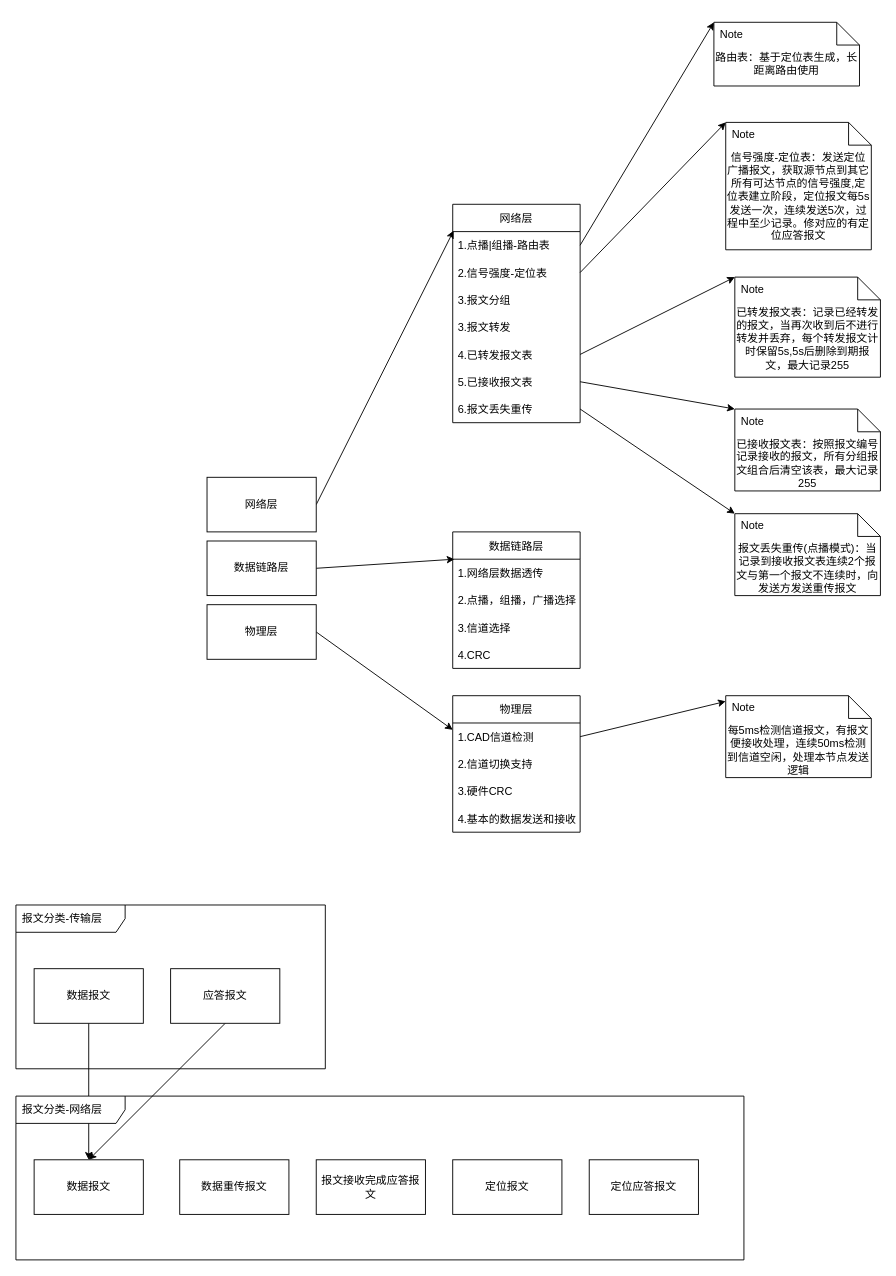
The draw.io diagram page "通信协议架构" (1 of 5) of Design/design.drawio in HZC-AND/LORA_WLAN, before the edit. Source tidied: cells renumbered, new cells numbered last; positions are measured from the earlier drawing's top-left corner, leaving out a move shared by most shapes. Both pictures are drawn from the tidied source at 91%, with x=0, y=0 at pixel (15, 22).
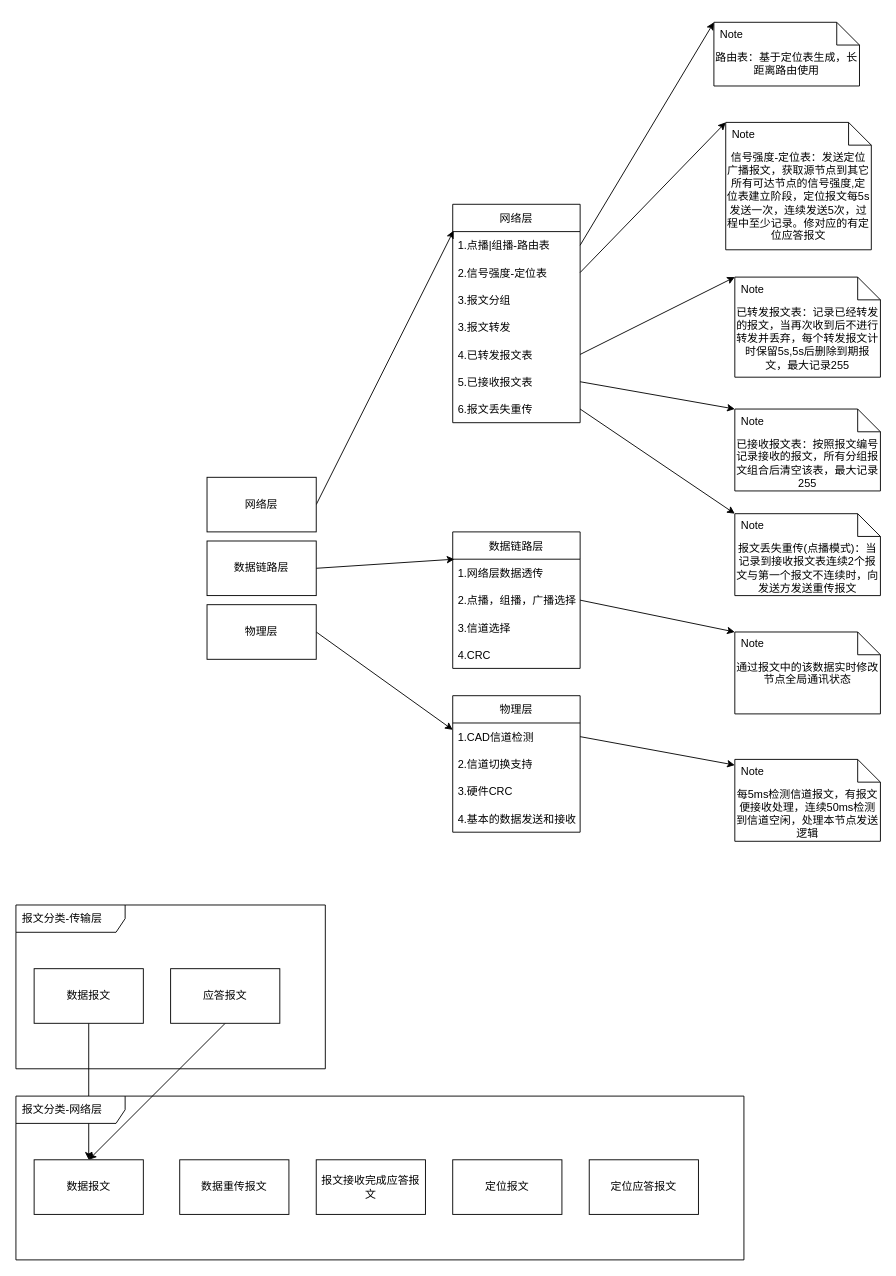
The same page after the edit.

Unchanged cells that the change refers to:
```xml
<mxCell id="15" value="2.点播，组播，广播选择" style="text;strokeColor=none;fillColor=none;align=left;verticalAlign=middle;spacingLeft=4;spacingRight=4;overflow=hidden;points=[[0,0.5],[1,0.5]];portConstraint=eastwest;" parent="13" vertex="1">
  <mxGeometry y="60" width="140" height="30" as="geometry" />
</mxCell>
```

The edit, as a diff of the source:
```diff
@@
     <mxCell id="52" value="每5ms检测信道报文，有报文便接收处理，连续50ms检测到信道空闲，处理本节点发送逻辑" style="shape=note2;boundedLbl=1;whiteSpace=wrap;html=1;size=25;verticalAlign=top;align=center;" parent="1" vertex="1">
-      <mxGeometry x="780" y="740" width="160" height="90" as="geometry" />
+      <mxGeometry x="790" y="810" width="160" height="90" as="geometry" />
     </mxCell>
@@
+    <mxCell id="55" value="通过报文中的该数据实时修改节点全局通讯状态" style="shape=note2;boundedLbl=1;whiteSpace=wrap;html=1;size=25;verticalAlign=top;align=center;" parent="1" vertex="1">
+      <mxGeometry x="790" y="670" width="160" height="90" as="geometry" />
+    </mxCell>
+    <mxCell id="56" value="Note" style="strokeColor=none;fillColor=none;align=left;spacingLeft=5;" parent="55" vertex="1">
+      <mxGeometry width="160" height="25" relative="1" as="geometry" />
+    </mxCell>
+    <mxCell id="57" style="edgeStyle=none;html=1;exitX=1;exitY=0.5;exitDx=0;exitDy=0;entryX=0;entryY=0;entryDx=0;entryDy=0;" parent="1" edge="1" source="15" target="56">
+      <mxGeometry relative="1" as="geometry" />
+    </mxCell>
```
